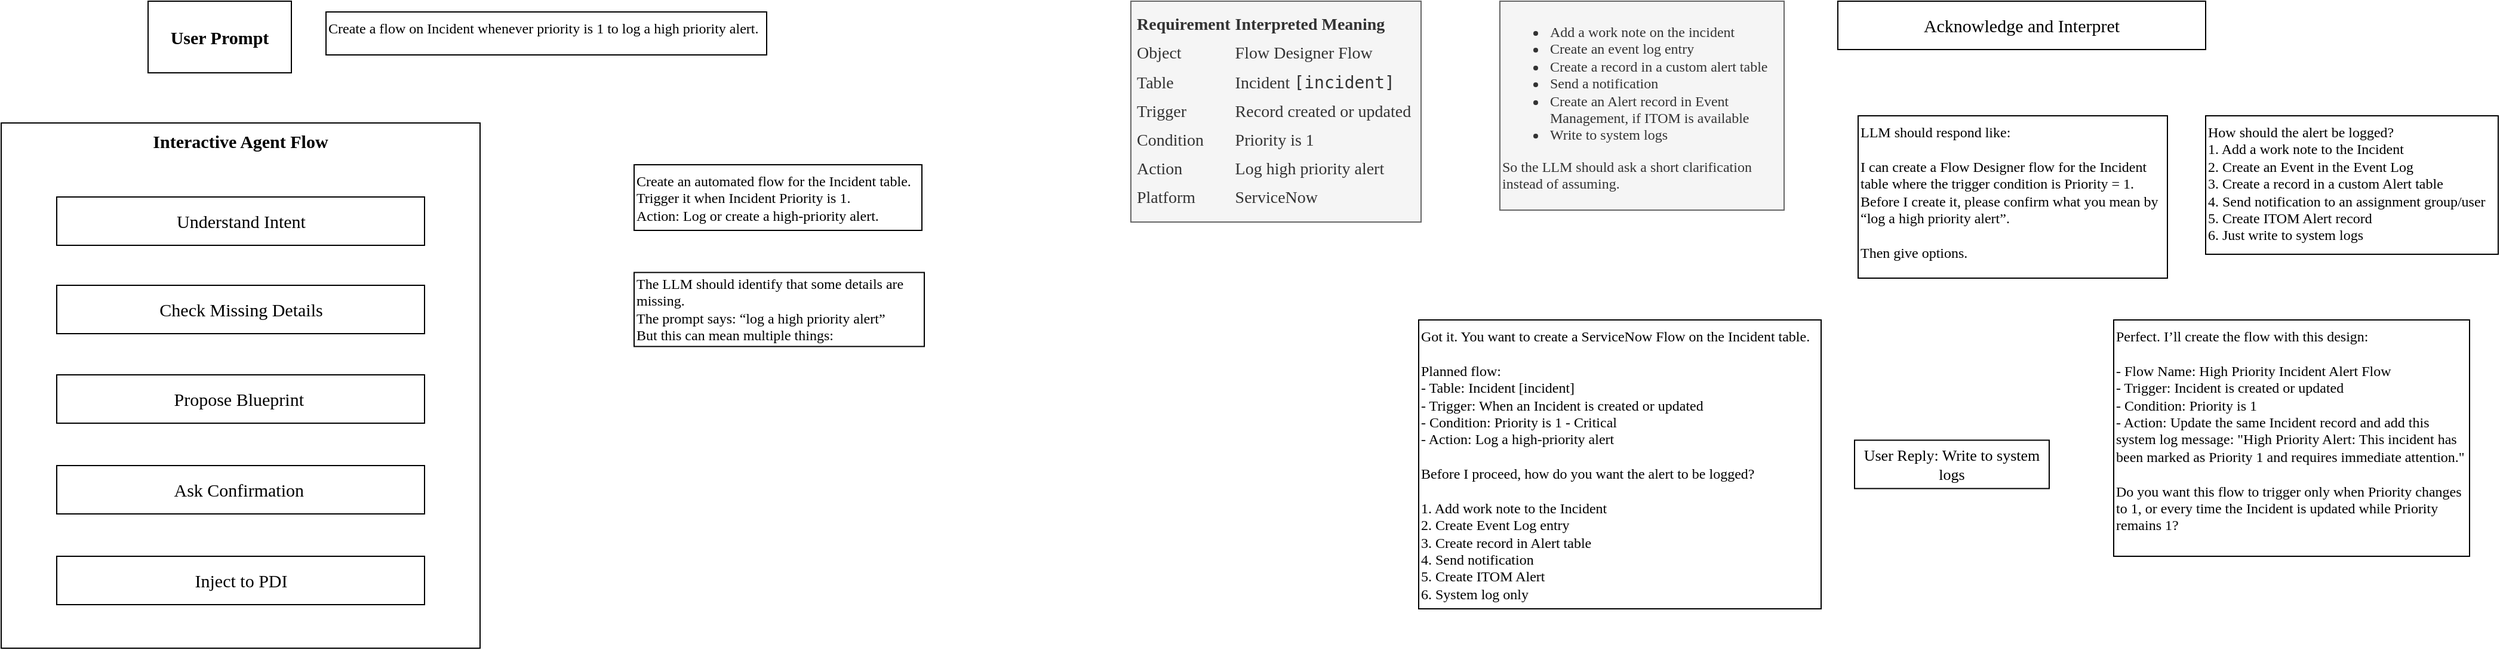
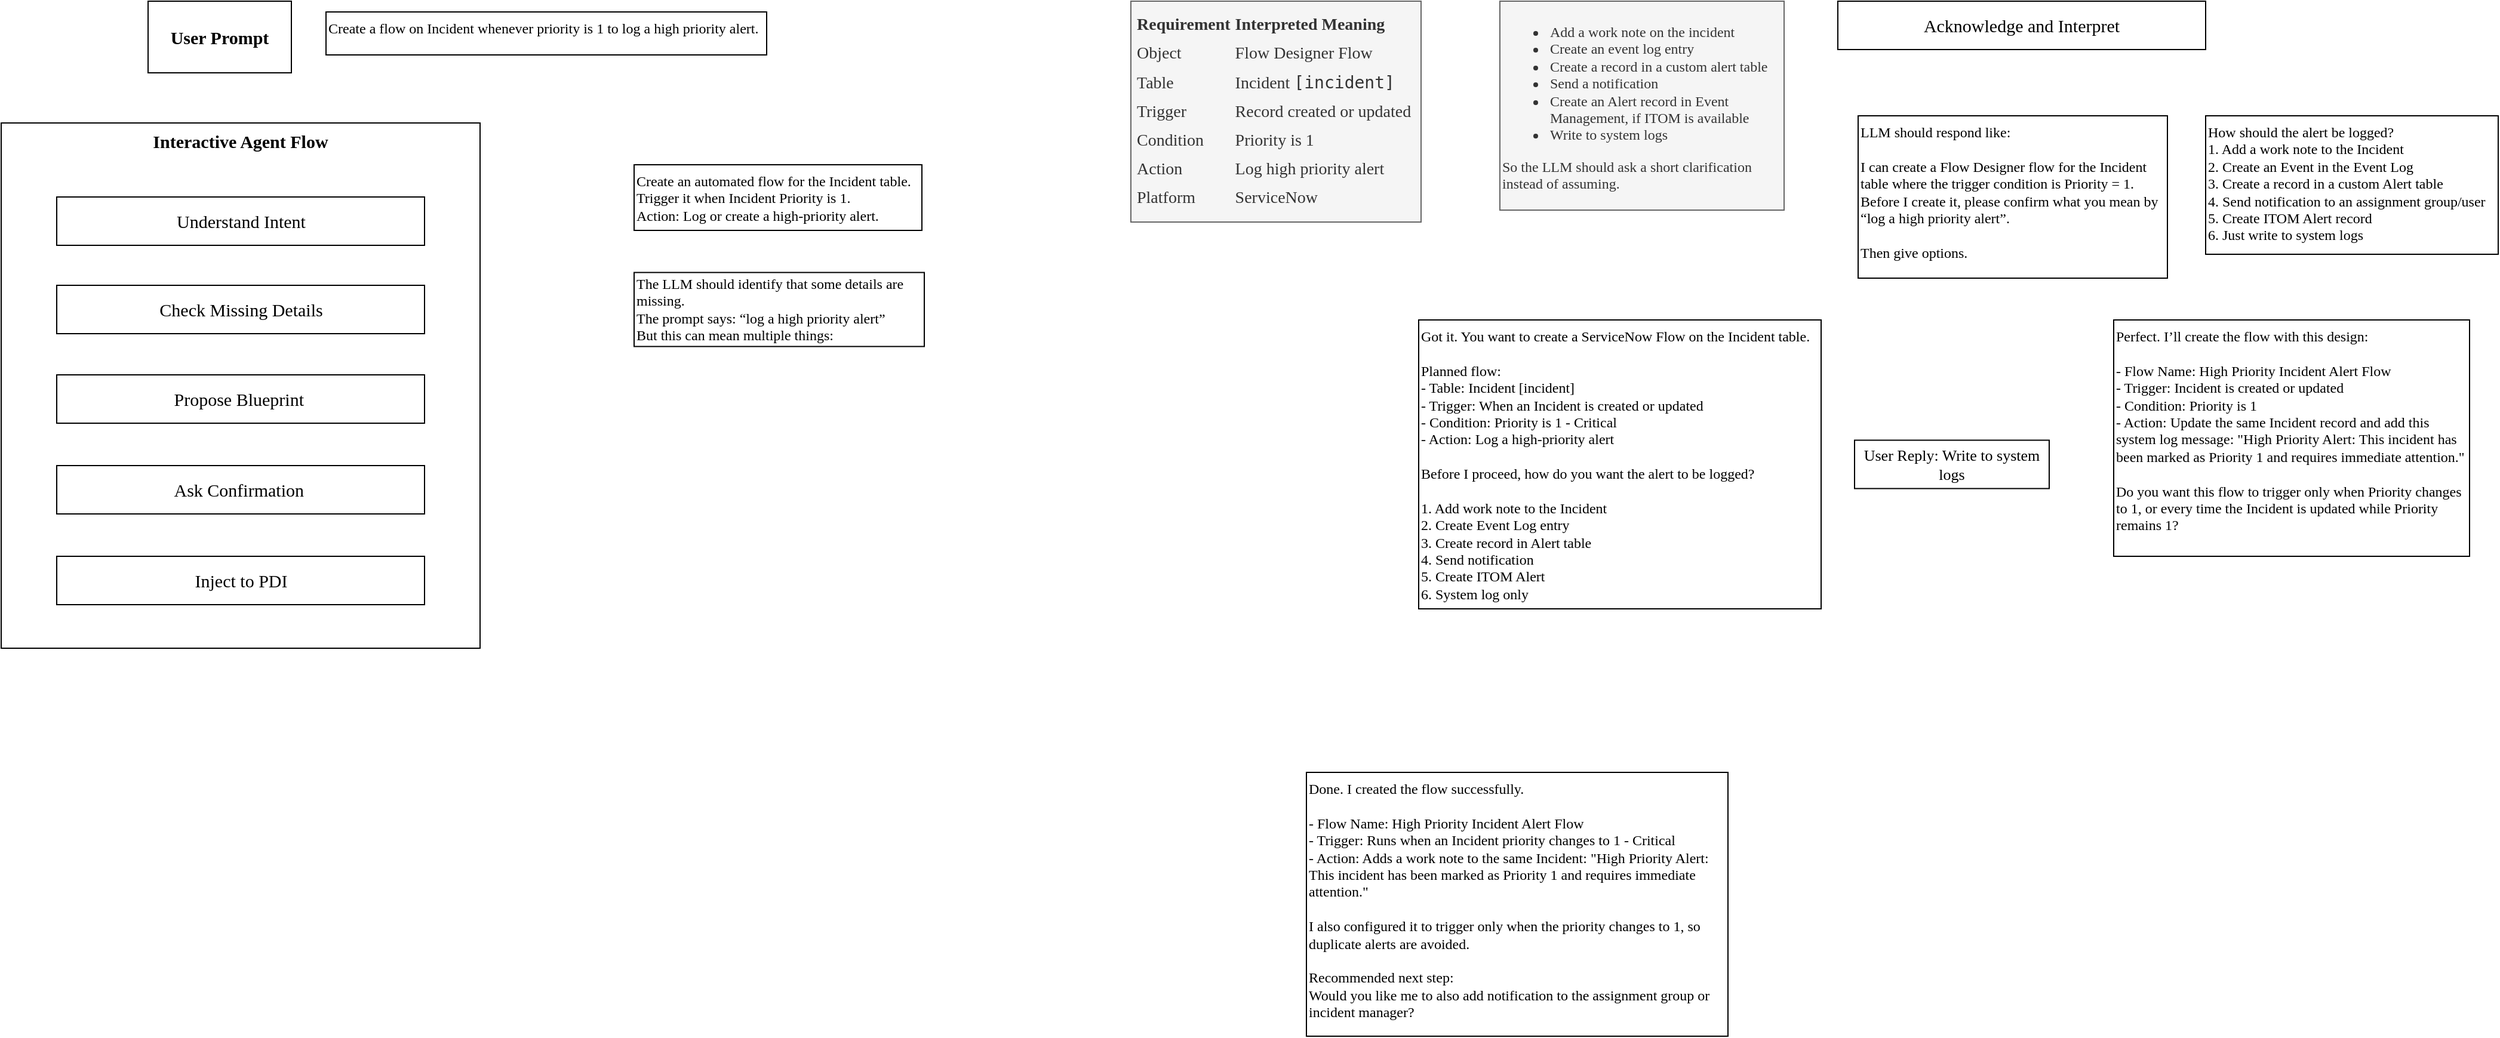
<mxfile host="app.diagrams.net">
  <diagram name="Page-1" id="5-FlXpsxmmRyJqYsML19">
-     <mxGraphModel dx="911" dy="593" grid="0" gridSize="10" guides="1" tooltips="1" connect="1" arrows="1" fold="1" page="1" pageScale="1" pageWidth="850" pageHeight="1100" math="0" shadow="0">
+     <mxGraphModel dx="1720" dy="1120" grid="0" gridSize="10" guides="1" tooltips="1" connect="1" arrows="1" fold="1" page="1" pageScale="1" pageWidth="850" pageHeight="1100" math="0" shadow="0">
      <root>
        <mxCell id="0" />
        <mxCell id="1" parent="0" />
        <mxCell id="vZBtCI7XpDb2YcC_WIwA-1" parent="1" style="rounded=0;whiteSpace=wrap;html=1;fontFamily=Times New Roman;fontStyle=1;fontSize=15;" value="User Prompt" vertex="1">
          <mxGeometry height="60" width="120" x="285" y="37" as="geometry" />
        </mxCell>
        <mxCell id="vZBtCI7XpDb2YcC_WIwA-2" parent="1" style="rounded=0;whiteSpace=wrap;html=1;fontFamily=Times New Roman;fontStyle=1;fontSize=15;verticalAlign=top;" value="Interactive Agent Flow" vertex="1">
          <mxGeometry height="440" width="401" x="162" y="139" as="geometry" />
        </mxCell>
        <mxCell id="vZBtCI7XpDb2YcC_WIwA-5" parent="1" style="rounded=0;whiteSpace=wrap;html=1;fontFamily=Times New Roman;fontStyle=0;fontSize=15;" value="Understand Intent" vertex="1">
          <mxGeometry height="40.5" width="308" x="208.5" y="201" as="geometry" />
        </mxCell>
        <mxCell id="vZBtCI7XpDb2YcC_WIwA-8" parent="1" style="rounded=0;whiteSpace=wrap;html=1;fontFamily=Times New Roman;fontStyle=0;fontSize=15;" value="Check Missing Details" vertex="1">
          <mxGeometry height="40.5" width="308" x="208.5" y="275" as="geometry" />
        </mxCell>
        <mxCell id="vZBtCI7XpDb2YcC_WIwA-9" parent="1" style="rounded=0;whiteSpace=wrap;html=1;fontFamily=Times New Roman;fontStyle=0;fontSize=15;" value="Ask Confirmation&amp;nbsp;" vertex="1">
          <mxGeometry height="40.5" width="308" x="208.5" y="426" as="geometry" />
        </mxCell>
        <mxCell id="vZBtCI7XpDb2YcC_WIwA-10" parent="1" style="rounded=0;whiteSpace=wrap;html=1;fontFamily=Times New Roman;fontStyle=0;fontSize=15;" value="Propose Blueprint&amp;nbsp;" vertex="1">
          <mxGeometry height="40.5" width="308" x="208.5" y="350" as="geometry" />
        </mxCell>
        <mxCell id="vZBtCI7XpDb2YcC_WIwA-11" parent="1" style="rounded=0;whiteSpace=wrap;html=1;fontFamily=Times New Roman;fontStyle=0;fontSize=15;" value="Inject to PDI" vertex="1">
          <mxGeometry height="40.5" width="308" x="208.5" y="502" as="geometry" />
        </mxCell>
        <mxCell id="vZBtCI7XpDb2YcC_WIwA-12" parent="1" style="text;whiteSpace=wrap;strokeColor=default;fillColor=none;align=left;verticalAlign=middle;rounded=0;fontFamily=Times New Roman;perimeterSpacing=0;html=1;" value="Create an automated flow for the Incident table.&lt;br&gt;Trigger it when Incident Priority is 1.&lt;br&gt;Action: Log or create a high-priority alert." vertex="1">
          <mxGeometry height="55" width="241" x="692" y="174" as="geometry" />
        </mxCell>
        <mxCell id="vZBtCI7XpDb2YcC_WIwA-14" parent="1" style="text;whiteSpace=wrap;html=1;fontFamily=Times New Roman;strokeColor=#666666;labelBackgroundColor=none;fillColor=#f5f5f5;fontColor=#333333;gradientColor=none;" value="&lt;div style=&quot;font-size: 14px; font-style: normal; font-weight: 400; line-height: 20px;&quot;&gt;&lt;div class=&quot;___i31lg00 f10pi13n f14t3ns0 f1nbblvp fat0sn4 f1ov4xf1 fekwl8i f1lmfglv f1oz7aqm f1abmfm4 f1w619qj f16h0jq8&quot;&gt;&lt;table class=&quot;___14hgwyo f1ddd56o f16vktn6 f1enuhaj fdclmfp ftgm304 f1uinfot fibjyge fvueend f9yszdx f1fu4s3n f3l3pb3 f1s2k7dp f8fmt76 fjvbh62 fysh76l fic4ptz f1yenhzu f1yn6nvh f14tj6oe f1jq587y f1el8yx3 f1pymoxg f1ofu761 fe6itr f7coize f1794535 f70r78m f4zgifc fk1v6el f16pyhcb fo436u6 fzy4j18 fc43013 f1hmrcvb fc4t9fq fgp09rh fjnyn6r&quot;&gt;&lt;tbody&gt;&lt;tr&gt;&lt;th&gt;Requirement&lt;/th&gt;&lt;th&gt;Interpreted Meaning&lt;/th&gt;&lt;/tr&gt;&lt;tr&gt;&lt;td&gt;Object&lt;/td&gt;&lt;td&gt;Flow Designer Flow&lt;/td&gt;&lt;/tr&gt;&lt;tr&gt;&lt;td&gt;Table&lt;/td&gt;&lt;td&gt;Incident &lt;code&gt;[incident]&lt;/code&gt;&lt;/td&gt;&lt;/tr&gt;&lt;tr&gt;&lt;td&gt;Trigger&lt;/td&gt;&lt;td&gt;Record created or updated&lt;/td&gt;&lt;/tr&gt;&lt;tr&gt;&lt;td&gt;Condition&lt;/td&gt;&lt;td&gt;Priority is 1&lt;/td&gt;&lt;/tr&gt;&lt;tr&gt;&lt;td&gt;Action&lt;/td&gt;&lt;td&gt;Log high priority alert&lt;/td&gt;&lt;/tr&gt;&lt;tr&gt;&lt;td&gt;Platform&lt;/td&gt;&lt;td&gt;ServiceNow&lt;/td&gt;&lt;/tr&gt;&lt;/tbody&gt;&lt;/table&gt;&lt;/div&gt;&#xa;&lt;/div&gt;" vertex="1">
          <mxGeometry height="185" width="243" x="1108" y="37" as="geometry" />
        </mxCell>
        <mxCell id="vZBtCI7XpDb2YcC_WIwA-38" parent="1" style="text;html=1;whiteSpace=wrap;strokeColor=default;fillColor=none;align=left;verticalAlign=middle;rounded=0;perimeterSpacing=0;fontFamily=Times New Roman;" value="The LLM should identify that some details are missing.&lt;div&gt;The prompt says: “log a high priority alert”&lt;br&gt;But this can mean multiple things:&lt;/div&gt;" vertex="1">
          <mxGeometry height="62" width="243" x="692" y="264.25" as="geometry" />
        </mxCell>
        <mxCell id="vZBtCI7XpDb2YcC_WIwA-39" parent="1" style="text;whiteSpace=wrap;html=1;fontFamily=Times New Roman;strokeColor=#666666;fillColor=#f5f5f5;fontColor=#333333;" value="&lt;ul&gt;&lt;li&gt;Add a work note on the incident&lt;/li&gt;&lt;li&gt;Create an event log entry&lt;/li&gt;&lt;li&gt;Create a record in a custom alert table&lt;/li&gt;&lt;li&gt;Send a notification&lt;/li&gt;&lt;li&gt;Create an Alert record in Event Management, if ITOM is available&lt;/li&gt;&lt;li&gt;Write to system logs&lt;/li&gt;&lt;/ul&gt;So the LLM should ask a short clarification instead of assuming." vertex="1">
          <mxGeometry height="175" width="238" x="1417" y="37" as="geometry" />
        </mxCell>
        <mxCell id="vZBtCI7XpDb2YcC_WIwA-40" parent="1" style="rounded=0;whiteSpace=wrap;html=1;fontFamily=Times New Roman;fontStyle=0;fontSize=15;" value="Acknowledge and Interpret" vertex="1">
          <mxGeometry height="40.5" width="308" x="1700" y="37" as="geometry" />
        </mxCell>
        <mxCell id="vZBtCI7XpDb2YcC_WIwA-41" parent="1" style="text;whiteSpace=wrap;html=1;fontFamily=Times New Roman;labelBorderColor=none;strokeColor=default;" value="LLM should respond like:&lt;div&gt;&lt;br&gt;I can create a Flow Designer flow for the Incident table where the trigger condition is Priority = 1.&lt;br&gt;Before I create it, please confirm what you mean by “log a high priority alert”.&lt;/div&gt;&lt;div&gt;&lt;br&gt;&lt;span&gt;&lt;div class=&quot;scriptor-paragraph&quot;&gt;&lt;span style=&quot;background-color: transparent; color: light-dark(rgb(0, 0, 0), rgb(255, 255, 255));&quot;&gt;Then give options.&lt;/span&gt;&lt;/div&gt;&lt;/span&gt;&lt;/div&gt;" vertex="1">
          <mxGeometry height="136" width="259" x="1717" y="133" as="geometry" />
        </mxCell>
        <mxCell id="vZBtCI7XpDb2YcC_WIwA-43" parent="1" style="text;whiteSpace=wrap;html=1;fontFamily=Times New Roman;strokeColor=default;" value="How should the alert be logged?&lt;br&gt;1. Add a work note to the Incident&lt;br&gt;2. Create an Event in the Event Log&lt;br&gt;3. Create a record in a custom Alert table&lt;br&gt;4. Send notification to an assignment group/user&lt;br&gt;5. Create ITOM Alert record&lt;br&gt;6. Just write to system logs" vertex="1">
          <mxGeometry height="116" width="245" x="2008" y="133" as="geometry" />
        </mxCell>
        <mxCell id="vZBtCI7XpDb2YcC_WIwA-44" parent="1" style="rounded=0;whiteSpace=wrap;html=1;fontFamily=Times New Roman;fontStyle=0;fontSize=13;" value="User Reply: Write to system logs" vertex="1">
          <mxGeometry height="40.5" width="163" x="1714" y="404.75" as="geometry" />
        </mxCell>
        <mxCell id="vZBtCI7XpDb2YcC_WIwA-45" parent="1" style="text;whiteSpace=wrap;html=1;fontFamily=Times New Roman;strokeColor=default;" value="&lt;span&gt;&lt;div class=&quot;scriptor-paragraph&quot;&gt;&lt;span&gt;Create a flow on Incident whenever priority is 1 to log a high priority alert.&lt;/span&gt;&lt;/div&gt;&lt;/span&gt;" vertex="1">
          <mxGeometry height="36" width="369" x="434" y="46" as="geometry" />
        </mxCell>
        <mxCell id="vZBtCI7XpDb2YcC_WIwA-46" parent="1" style="text;whiteSpace=wrap;html=1;strokeColor=default;fontFamily=Times New Roman;" value="&lt;span&gt;&lt;div class=&quot;scriptor-paragraph&quot;&gt;&lt;span&gt;Got it. You want to create a ServiceNow Flow on the Incident table.&lt;/span&gt;&lt;/div&gt;&lt;br class=&quot;scriptor-paragraph&quot;&gt;&lt;div class=&quot;scriptor-paragraph&quot;&gt;&lt;span&gt;Planned flow:&lt;/span&gt;&lt;/div&gt;&lt;div class=&quot;scriptor-paragraph&quot;&gt;&lt;span&gt;- Table: Incident [incident]&lt;/span&gt;&lt;/div&gt;&lt;div class=&quot;scriptor-paragraph&quot;&gt;&lt;span&gt;- Trigger: When an Incident is created or updated&lt;/span&gt;&lt;/div&gt;&lt;div class=&quot;scriptor-paragraph&quot;&gt;&lt;span&gt;- Condition: Priority is 1 - Critical&lt;/span&gt;&lt;/div&gt;&lt;div class=&quot;scriptor-paragraph&quot;&gt;&lt;span&gt;- Action: Log a high-priority alert&lt;/span&gt;&lt;/div&gt;&lt;br class=&quot;scriptor-paragraph&quot;&gt;&lt;div class=&quot;scriptor-paragraph&quot;&gt;&lt;span&gt;Before I proceed, how do you want the alert to be logged?&lt;/span&gt;&lt;/div&gt;&lt;br class=&quot;scriptor-paragraph&quot;&gt;&lt;div class=&quot;scriptor-paragraph&quot;&gt;&lt;span&gt;1. Add work note to the Incident&lt;/span&gt;&lt;/div&gt;&lt;div class=&quot;scriptor-paragraph&quot;&gt;&lt;span&gt;2. Create Event Log entry&lt;/span&gt;&lt;/div&gt;&lt;div class=&quot;scriptor-paragraph&quot;&gt;&lt;span&gt;3. Create record in Alert table&lt;/span&gt;&lt;/div&gt;&lt;div class=&quot;scriptor-paragraph&quot;&gt;&lt;span&gt;4. Send notification&lt;/span&gt;&lt;/div&gt;&lt;div class=&quot;scriptor-paragraph&quot;&gt;&lt;span&gt;5. Create ITOM Alert&lt;/span&gt;&lt;/div&gt;&lt;div class=&quot;scriptor-paragraph&quot;&gt;&lt;span&gt;6. System log only&lt;/span&gt;&lt;/div&gt;&lt;/span&gt;" vertex="1">
          <mxGeometry height="242" width="337" x="1349" y="304" as="geometry" />
        </mxCell>
        <mxCell id="vZBtCI7XpDb2YcC_WIwA-47" parent="1" style="text;whiteSpace=wrap;html=1;strokeColor=default;fontFamily=Times New Roman;" value="&lt;span&gt;&lt;div class=&quot;scriptor-paragraph&quot;&gt;&lt;div class=&quot;scriptor-paragraph&quot;&gt;&lt;span&gt;Perfect. I’ll create the flow with this design:&lt;/span&gt;&lt;/div&gt;&lt;br class=&quot;scriptor-paragraph&quot;&gt;&lt;div class=&quot;scriptor-paragraph&quot;&gt;&lt;span style=&quot;background-color: transparent; color: light-dark(rgb(0, 0, 0), rgb(255, 255, 255));&quot;&gt;- Flow Name:&amp;nbsp;&lt;/span&gt;&lt;span style=&quot;background-color: transparent; color: light-dark(rgb(0, 0, 0), rgb(255, 255, 255));&quot;&gt;High Priority Incident Alert Flow&lt;/span&gt;&lt;br&gt;&lt;span style=&quot;background-color: transparent; color: light-dark(rgb(0, 0, 0), rgb(255, 255, 255));&quot;&gt;- Trigger:&amp;nbsp;&lt;/span&gt;&lt;span style=&quot;background-color: transparent; color: light-dark(rgb(0, 0, 0), rgb(255, 255, 255));&quot;&gt;Incident is created or updated&lt;/span&gt;&lt;br&gt;&lt;span style=&quot;background-color: transparent; color: light-dark(rgb(0, 0, 0), rgb(255, 255, 255));&quot;&gt;- Condition:&amp;nbsp;&lt;/span&gt;&lt;span style=&quot;background-color: transparent; color: light-dark(rgb(0, 0, 0), rgb(255, 255, 255));&quot;&gt;Priority is 1&lt;/span&gt;&lt;br&gt;&lt;span style=&quot;background-color: transparent; color: light-dark(rgb(0, 0, 0), rgb(255, 255, 255));&quot;&gt;- Action:&amp;nbsp;&lt;/span&gt;&lt;span style=&quot;background-color: transparent; color: light-dark(rgb(0, 0, 0), rgb(255, 255, 255));&quot;&gt;Update the same Incident record and add this system log message:&amp;nbsp;&lt;/span&gt;&lt;span style=&quot;background-color: transparent; color: light-dark(rgb(0, 0, 0), rgb(255, 255, 255));&quot;&gt;&quot;High Priority Alert: This incident has been marked as Priority 1 and requires immediate attention.&quot;&lt;/span&gt;&lt;/div&gt;&lt;br class=&quot;scriptor-paragraph&quot;&gt;&lt;div class=&quot;scriptor-paragraph&quot;&gt;&lt;span&gt;Do you want this flow to trigger only when Priority changes to 1, or every time the Incident is updated while Priority remains 1?&lt;/span&gt;&lt;/div&gt;&lt;/div&gt;&lt;/span&gt;" vertex="1">
          <mxGeometry height="198" width="298" x="1931" y="304" as="geometry" />
        </mxCell>
+         <mxCell id="NjgTjsRbtAvNSLPniDUF-1" parent="1" style="text;whiteSpace=wrap;html=1;fontFamily=Times New Roman;strokeColor=default;" value="Done. I created the flow successfully.&lt;div&gt;&lt;br&gt;- Flow Name: High Priority Incident Alert Flow&lt;br&gt;- Trigger: Runs when an Incident priority changes to 1 - Critical&lt;br&gt;- Action: Adds a work note to the same Incident: &quot;High Priority Alert: This incident has been marked as Priority 1 and requires immediate attention.&quot;&lt;br&gt;&lt;br&gt;&lt;/div&gt;&lt;div&gt;I also configured it to trigger only when the priority changes to 1, so duplicate alerts are avoided.&lt;br&gt;&lt;br&gt;&lt;div class=&quot;scriptor-paragraph&quot;&gt;&lt;span&gt;Recommended next step:&lt;/span&gt;&lt;/div&gt;&lt;div class=&quot;scriptor-paragraph&quot;&gt;&lt;span&gt;Would you like me to also add notification to the assignment group or incident manager?&lt;/span&gt;&lt;/div&gt;&lt;/div&gt;" vertex="1">
+           <mxGeometry height="221" width="353" x="1255" y="683" as="geometry" />
+         </mxCell>
      </root>
    </mxGraphModel>
  </diagram>
</mxfile>
